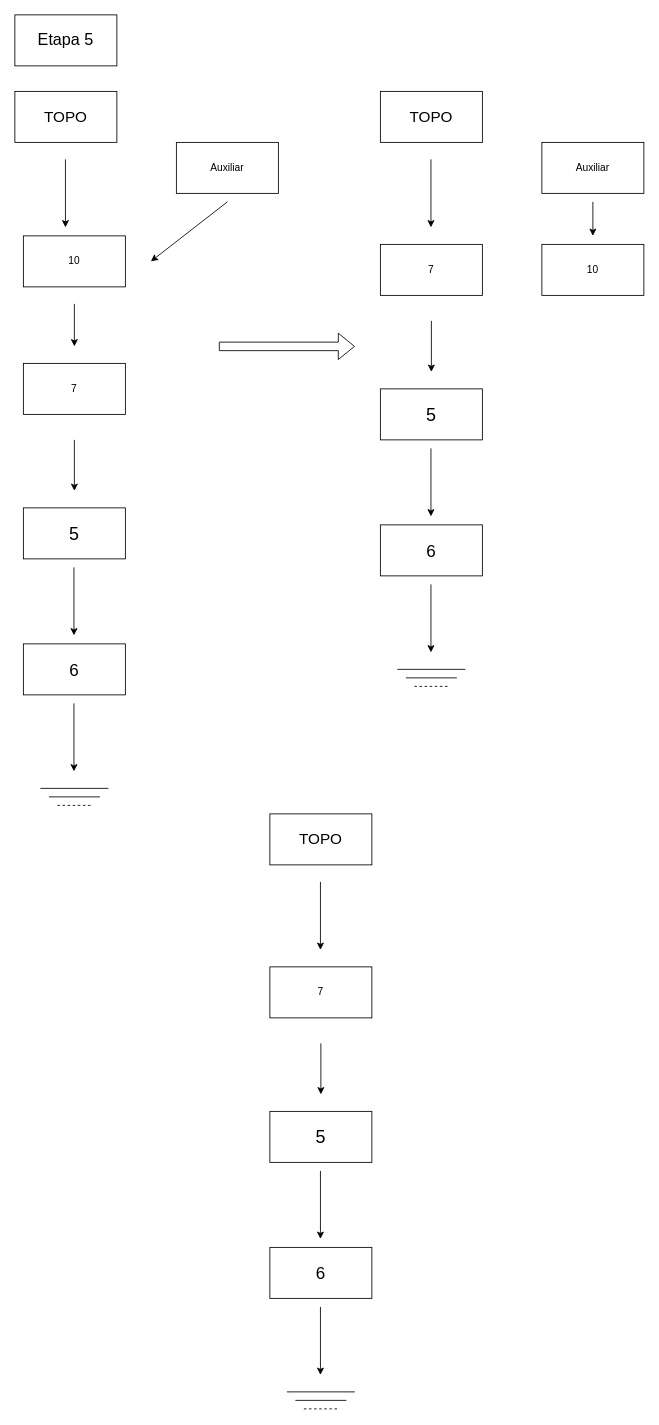
Earlier version of the draw.io diagram page "Page-5" (6 of 7) of Untitled Diagram.drawio (Xang0/Diagramas-de-Estruturas-de-Dado). Source tidied: cells renumbered, new cells numbered last; positions are measured from the earlier drawing's top-left corner, leaving out a move shared by most shapes. Both pictures are drawn from the tidied source at 85%, with x=0, y=0 at pixel (14, 14).
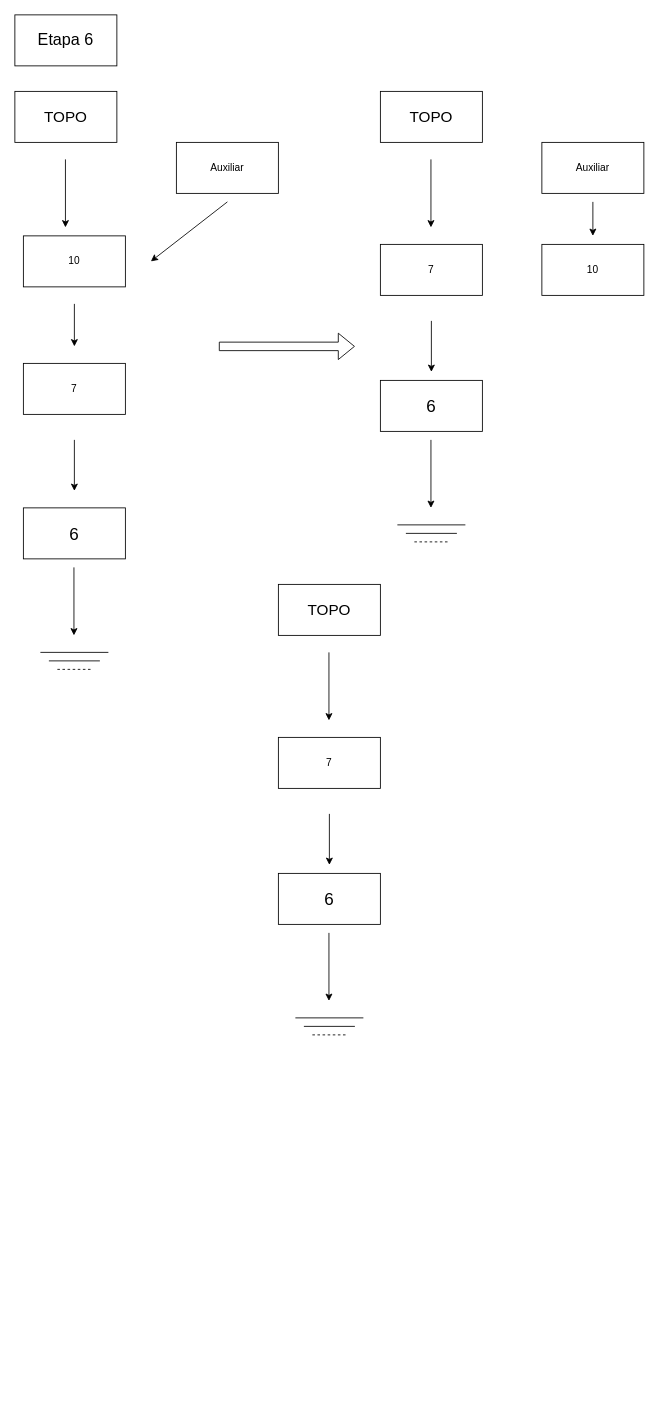
Above is the later version.

Change to the diagram source:
```diff
@@
-    <mxCell id="3" value="&lt;font style=&quot;font-size: 19px;&quot;&gt;Etapa 5&lt;/font&gt;" style="text;html=1;align=center;verticalAlign=middle;whiteSpace=wrap;rounded=0;" parent="1" vertex="1">
+    <mxCell id="3" value="&lt;font style=&quot;font-size: 19px;&quot;&gt;Etapa 6&lt;br&gt;&lt;/font&gt;" style="text;html=1;align=center;verticalAlign=middle;whiteSpace=wrap;rounded=0;" parent="1" vertex="1">
       <mxGeometry width="120" height="60" as="geometry" />
     </mxCell>
@@
     <mxCell id="7" style="endArrow=classic;html=1;rounded=0;" parent="1" edge="1">
       <mxGeometry relative="1" as="geometry">
-        <mxPoint x="69.5" y="810" as="sourcePoint" />
-        <mxPoint x="69.5" y="890" as="targetPoint" />
+        <mxPoint x="69.5" y="650" as="sourcePoint" />
+        <mxPoint x="69.5" y="730" as="targetPoint" />
       </mxGeometry>
     </mxCell>
     <mxCell id="8" style="endArrow=none;html=1;rounded=0;" parent="1" edge="1">
       <mxGeometry relative="1" as="geometry">
-        <mxPoint x="30" y="910" as="sourcePoint" />
-        <mxPoint x="110" y="910" as="targetPoint" />
+        <mxPoint x="30" y="750" as="sourcePoint" />
+        <mxPoint x="110" y="750" as="targetPoint" />
       </mxGeometry>
     </mxCell>
     <mxCell id="9" style="endArrow=none;html=1;rounded=0;" parent="1" edge="1">
       <mxGeometry relative="1" as="geometry">
-        <mxPoint x="40" y="920" as="sourcePoint" />
-        <mxPoint x="100" y="920" as="targetPoint" />
+        <mxPoint x="40" y="760" as="sourcePoint" />
+        <mxPoint x="100" y="760" as="targetPoint" />
       </mxGeometry>
     </mxCell>
@@
     <mxCell id="12" style="endArrow=none;dashed=1;html=1;rounded=0;" parent="1" edge="1">
       <mxGeometry relative="1" as="geometry">
-        <mxPoint x="50" y="930" as="sourcePoint" />
-        <mxPoint x="90" y="930" as="targetPoint" />
+        <mxPoint x="50" y="770" as="sourcePoint" />
+        <mxPoint x="90" y="770" as="targetPoint" />
       </mxGeometry>
     </mxCell>
-    <mxCell id="13" style="endArrow=classic;html=1;rounded=0;" parent="1" edge="1">
-      <mxGeometry relative="1" as="geometry">
-        <mxPoint x="69.5" y="650" as="sourcePoint" />
-        <mxPoint x="69.5" y="730" as="targetPoint" />
-      </mxGeometry>
-    </mxCell>
     <mxCell id="14" style="rounded=0;whiteSpace=wrap;html=1;" parent="1" vertex="1">
-      <mxGeometry x="10" y="740" width="120" height="60" as="geometry" />
+      <mxGeometry x="10" y="580" width="120" height="60" as="geometry" />
     </mxCell>
     <mxCell id="15" value="&lt;font style=&quot;font-size: 20px;&quot;&gt;6&lt;/font&gt;" style="text;html=1;align=center;verticalAlign=middle;whiteSpace=wrap;rounded=0;" parent="1" vertex="1">
-      <mxGeometry x="10" y="740" width="120" height="60" as="geometry" />
+      <mxGeometry x="10" y="580" width="120" height="60" as="geometry" />
     </mxCell>
-    <mxCell id="16" style="rounded=0;whiteSpace=wrap;html=1;" parent="1" vertex="1">
-      <mxGeometry x="10" y="580" width="120" height="60" as="geometry" />
-    </mxCell>
-    <mxCell id="17" value="&lt;font style=&quot;font-size: 21px;&quot;&gt;5&lt;/font&gt;" style="text;html=1;align=center;verticalAlign=middle;whiteSpace=wrap;rounded=0;" parent="1" vertex="1">
-      <mxGeometry x="10" y="580" width="120" height="60" as="geometry" />
-    </mxCell>
@@
     <mxCell id="29" style="endArrow=classic;html=1;rounded=0;" parent="1" edge="1">
       <mxGeometry relative="1" as="geometry">
-        <mxPoint x="489.5" y="670" as="sourcePoint" />
-        <mxPoint x="489.5" y="750" as="targetPoint" />
+        <mxPoint x="489.5" y="500" as="sourcePoint" />
+        <mxPoint x="489.5" y="580" as="targetPoint" />
       </mxGeometry>
     </mxCell>
     <mxCell id="30" style="endArrow=none;html=1;rounded=0;" parent="1" edge="1">
       <mxGeometry relative="1" as="geometry">
-        <mxPoint x="450" y="770" as="sourcePoint" />
-        <mxPoint x="530" y="770" as="targetPoint" />
+        <mxPoint x="450" y="600" as="sourcePoint" />
+        <mxPoint x="530" y="600" as="targetPoint" />
       </mxGeometry>
     </mxCell>
     <mxCell id="31" style="endArrow=none;html=1;rounded=0;" parent="1" edge="1">
       <mxGeometry relative="1" as="geometry">
-        <mxPoint x="460" y="780" as="sourcePoint" />
-        <mxPoint x="520" y="780" as="targetPoint" />
+        <mxPoint x="460" y="610" as="sourcePoint" />
+        <mxPoint x="520" y="610" as="targetPoint" />
       </mxGeometry>
     </mxCell>
@@
     <mxCell id="34" style="endArrow=none;dashed=1;html=1;rounded=0;" parent="1" edge="1">
       <mxGeometry relative="1" as="geometry">
-        <mxPoint x="470" y="790" as="sourcePoint" />
-        <mxPoint x="510" y="790" as="targetPoint" />
+        <mxPoint x="470" y="620" as="sourcePoint" />
+        <mxPoint x="510" y="620" as="targetPoint" />
       </mxGeometry>
     </mxCell>
-    <mxCell id="35" style="endArrow=classic;html=1;rounded=0;" parent="1" edge="1">
-      <mxGeometry relative="1" as="geometry">
-        <mxPoint x="489.5" y="510" as="sourcePoint" />
-        <mxPoint x="489.5" y="590" as="targetPoint" />
-      </mxGeometry>
-    </mxCell>
     <mxCell id="36" style="rounded=0;whiteSpace=wrap;html=1;" parent="1" vertex="1">
-      <mxGeometry x="430" y="600" width="120" height="60" as="geometry" />
+      <mxGeometry x="430" y="430" width="120" height="60" as="geometry" />
     </mxCell>
     <mxCell id="37" value="&lt;font style=&quot;font-size: 20px;&quot;&gt;6&lt;/font&gt;" style="text;html=1;align=center;verticalAlign=middle;whiteSpace=wrap;rounded=0;" parent="1" vertex="1">
-      <mxGeometry x="430" y="600" width="120" height="60" as="geometry" />
+      <mxGeometry x="430" y="430" width="120" height="60" as="geometry" />
     </mxCell>
-    <mxCell id="38" style="rounded=0;whiteSpace=wrap;html=1;" parent="1" vertex="1">
-      <mxGeometry x="430" y="440" width="120" height="60" as="geometry" />
-    </mxCell>
-    <mxCell id="39" value="&lt;font style=&quot;font-size: 21px;&quot;&gt;5&lt;/font&gt;" style="text;html=1;align=center;verticalAlign=middle;whiteSpace=wrap;rounded=0;" parent="1" vertex="1">
-      <mxGeometry x="430" y="440" width="120" height="60" as="geometry" />
-    </mxCell>
@@
     <mxCell id="46" style="rounded=0;whiteSpace=wrap;html=1;" parent="1" vertex="1">
-      <mxGeometry x="300" y="1120" width="120" height="60" as="geometry" />
+      <mxGeometry x="310" y="850" width="120" height="60" as="geometry" />
     </mxCell>
     <mxCell id="47" value="7" style="text;html=1;align=center;verticalAlign=middle;whiteSpace=wrap;rounded=0;" parent="1" vertex="1">
-      <mxGeometry x="300" y="1120" width="120" height="60" as="geometry" />
+      <mxGeometry x="310" y="850" width="120" height="60" as="geometry" />
     </mxCell>
     <mxCell id="48" style="endArrow=classic;html=1;rounded=0;" parent="1" edge="1">
       <mxGeometry relative="1" as="geometry">
-        <mxPoint x="360" y="1210" as="sourcePoint" />
-        <mxPoint x="360" y="1270" as="targetPoint" />
+        <mxPoint x="370" y="940" as="sourcePoint" />
+        <mxPoint x="370" y="1000" as="targetPoint" />
       </mxGeometry>
     </mxCell>
     <mxCell id="49" style="endArrow=classic;html=1;rounded=0;" parent="1" edge="1">
       <mxGeometry relative="1" as="geometry">
-        <mxPoint x="359.5" y="1520" as="sourcePoint" />
-        <mxPoint x="359.5" y="1600" as="targetPoint" />
+        <mxPoint x="369.5" y="1080" as="sourcePoint" />
+        <mxPoint x="369.5" y="1160" as="targetPoint" />
       </mxGeometry>
     </mxCell>
     <mxCell id="50" style="endArrow=none;html=1;rounded=0;" parent="1" edge="1">
       <mxGeometry relative="1" as="geometry">
-        <mxPoint x="320" y="1620" as="sourcePoint" />
-        <mxPoint x="400" y="1620" as="targetPoint" />
+        <mxPoint x="330" y="1180" as="sourcePoint" />
+        <mxPoint x="410" y="1180" as="targetPoint" />
       </mxGeometry>
     </mxCell>
     <mxCell id="51" style="endArrow=none;html=1;rounded=0;" parent="1" edge="1">
       <mxGeometry relative="1" as="geometry">
-        <mxPoint x="330" y="1630" as="sourcePoint" />
-        <mxPoint x="390" y="1630" as="targetPoint" />
+        <mxPoint x="340" y="1190" as="sourcePoint" />
+        <mxPoint x="400" y="1190" as="targetPoint" />
       </mxGeometry>
     </mxCell>
     <mxCell id="52" style="rounded=0;whiteSpace=wrap;html=1;" parent="1" vertex="1">
-      <mxGeometry x="300" y="940" width="120" height="60" as="geometry" />
+      <mxGeometry x="310" y="670" width="120" height="60" as="geometry" />
     </mxCell>
     <mxCell id="53" value="&lt;div style=&quot;font-size: 13px;&quot;&gt;&lt;font style=&quot;font-size: 18px;&quot;&gt;TOPO&lt;/font&gt;&lt;/div&gt;" style="text;html=1;align=center;verticalAlign=middle;whiteSpace=wrap;rounded=0;" parent="1" vertex="1">
-      <mxGeometry x="300" y="940" width="120" height="60" as="geometry" />
+      <mxGeometry x="310" y="670" width="120" height="60" as="geometry" />
     </mxCell>
     <mxCell id="54" style="endArrow=none;dashed=1;html=1;rounded=0;" parent="1" edge="1">
       <mxGeometry relative="1" as="geometry">
-        <mxPoint x="340" y="1640" as="sourcePoint" />
-        <mxPoint x="380" y="1640" as="targetPoint" />
+        <mxPoint x="350" y="1200" as="sourcePoint" />
+        <mxPoint x="390" y="1200" as="targetPoint" />
       </mxGeometry>
     </mxCell>
-    <mxCell id="55" style="endArrow=classic;html=1;rounded=0;" parent="1" edge="1">
-      <mxGeometry relative="1" as="geometry">
-        <mxPoint x="359.5" y="1360" as="sourcePoint" />
-        <mxPoint x="359.5" y="1440" as="targetPoint" />
-      </mxGeometry>
-    </mxCell>
     <mxCell id="56" style="rounded=0;whiteSpace=wrap;html=1;" parent="1" vertex="1">
-      <mxGeometry x="300" y="1450" width="120" height="60" as="geometry" />
+      <mxGeometry x="310" y="1010" width="120" height="60" as="geometry" />
     </mxCell>
     <mxCell id="57" value="&lt;font style=&quot;font-size: 20px;&quot;&gt;6&lt;/font&gt;" style="text;html=1;align=center;verticalAlign=middle;whiteSpace=wrap;rounded=0;" parent="1" vertex="1">
-      <mxGeometry x="300" y="1450" width="120" height="60" as="geometry" />
+      <mxGeometry x="310" y="1010" width="120" height="60" as="geometry" />
     </mxCell>
-    <mxCell id="58" style="rounded=0;whiteSpace=wrap;html=1;" parent="1" vertex="1">
-      <mxGeometry x="300" y="1290" width="120" height="60" as="geometry" />
-    </mxCell>
-    <mxCell id="59" value="&lt;font style=&quot;font-size: 21px;&quot;&gt;5&lt;/font&gt;" style="text;html=1;align=center;verticalAlign=middle;whiteSpace=wrap;rounded=0;" parent="1" vertex="1">
-      <mxGeometry x="300" y="1290" width="120" height="60" as="geometry" />
-    </mxCell>
     <mxCell id="60" style="endArrow=classic;html=1;rounded=0;" parent="1" edge="1">
       <mxGeometry relative="1" as="geometry">
-        <mxPoint x="359.5" y="1020" as="sourcePoint" />
-        <mxPoint x="359.5" y="1100" as="targetPoint" />
+        <mxPoint x="369.5" y="750" as="sourcePoint" />
+        <mxPoint x="369.5" y="830" as="targetPoint" />
       </mxGeometry>
     </mxCell>
```
